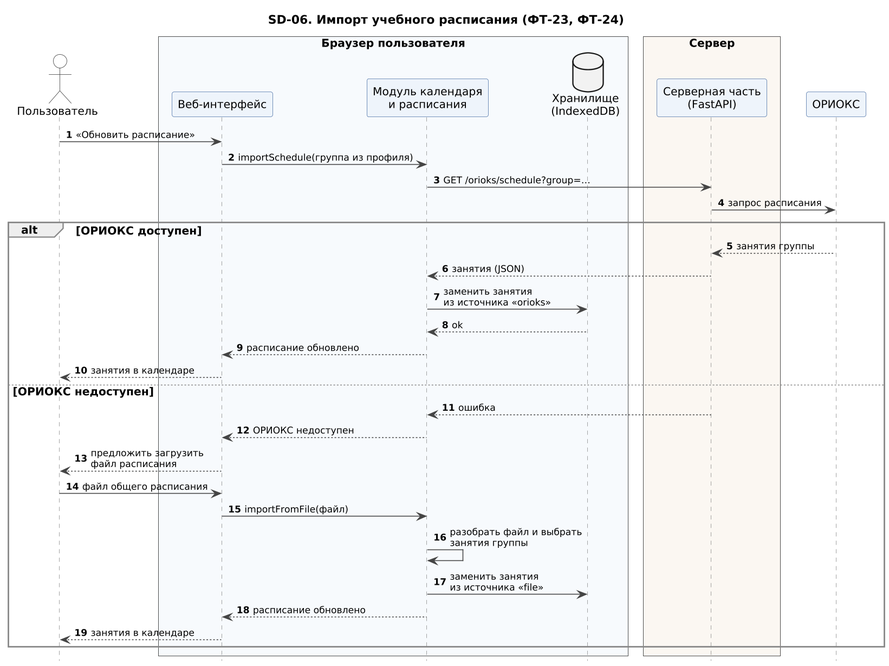
The PlantUML diagram docs/uml/png/SD-06_raspisanie.png in freez044/kpo_project, before a commit.
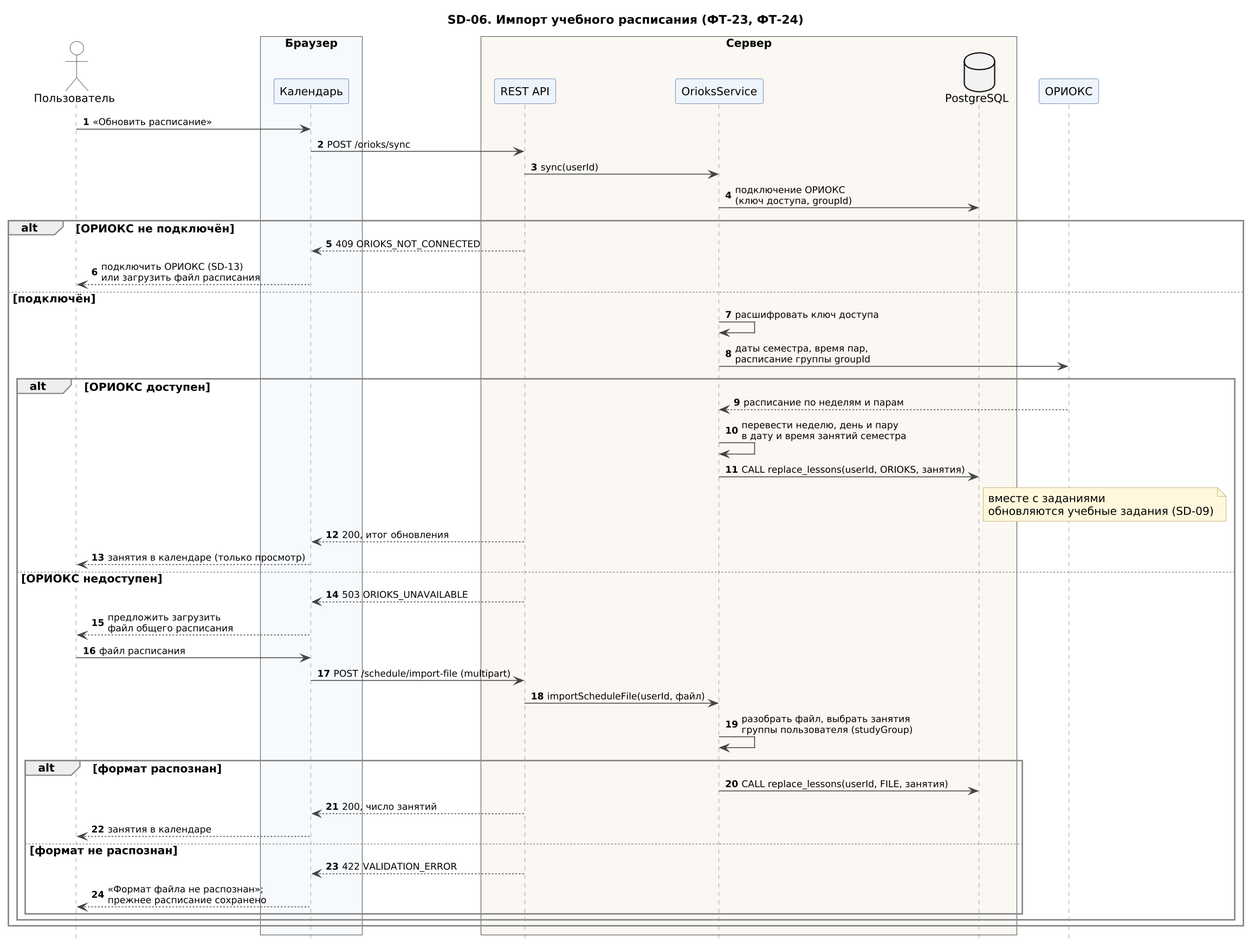
After the change.

What changed in the source:
```diff
@@ -2,36 +2,48 @@
 !include seqhead.iuml
 title SD-06. Импорт учебного расписания (ФТ-23, ФТ-24)
 actor "Пользователь" as U
-box "Браузер пользователя" #F7FAFD
-participant "Веб-интерфейс" as UI
-participant "Модуль календаря\nи расписания" as CM
-database "Хранилище\n(IndexedDB)" as DB
+box "Браузер" #F7FAFD
+participant "Календарь" as UI
 end box
 box "Сервер" #FBF7F2
-participant "Серверная часть\n(FastAPI)" as SRV
+participant "REST API" as API
+participant "OrioksService" as OS
+database "PostgreSQL" as DB
 end box
 participant "ОРИОКС" as OR
 
 U -> UI : «Обновить расписание»
-UI -> CM : importSchedule(группа из профиля)
-CM -> SRV : GET /orioks/schedule?group=…
-SRV -> OR : запрос расписания
-alt ОРИОКС доступен
-  OR --> SRV : занятия группы
-  SRV --> CM : занятия (JSON)
-  CM -> DB : заменить занятия\nиз источника «orioks»
-  DB --> CM : ok
-  CM --> UI : расписание обновлено
-  UI --> U : занятия в календаре
-else ОРИОКС недоступен
-  SRV --> CM : ошибка
-  CM --> UI : ОРИОКС недоступен
-  UI --> U : предложить загрузить\nфайл расписания
-  U -> UI : файл общего расписания
-  UI -> CM : importFromFile(файл)
-  CM -> CM : разобрать файл и выбрать\nзанятия группы
-  CM -> DB : заменить занятия\nиз источника «file»
-  CM --> UI : расписание обновлено
-  UI --> U : занятия в календаре
+UI -> API : POST /orioks/sync
+API -> OS : sync(userId)
+OS -> DB : подключение ОРИОКС\n(ключ доступа, groupId)
+alt ОРИОКС не подключён
+  API --> UI : 409 ORIOKS_NOT_CONNECTED
+  UI --> U : подключить ОРИОКС (SD-13)\nили загрузить файл расписания
+else подключён
+  OS -> OS : расшифровать ключ доступа
+  OS -> OR : даты семестра, время пар,\nрасписание группы groupId
+  alt ОРИОКС доступен
+    OR --> OS : расписание по неделям и парам
+    OS -> OS : перевести неделю, день и пару\nв дату и время занятий семестра
+    OS -> DB : CALL replace_lessons(userId, ORIOKS, занятия)
+    note right of DB : вместе с заданиями\nобновляются учебные задания (SD-09)
+    API --> UI : 200, итог обновления
+    UI --> U : занятия в календаре (только просмотр)
+  else ОРИОКС недоступен
+    API --> UI : 503 ORIOKS_UNAVAILABLE
+    UI --> U : предложить загрузить\nфайл общего расписания
+    U -> UI : файл расписания
+    UI -> API : POST /schedule/import-file (multipart)
+    API -> OS : importScheduleFile(userId, файл)
+    OS -> OS : разобрать файл, выбрать занятия\nгруппы пользователя (studyGroup)
+    alt формат распознан
+      OS -> DB : CALL replace_lessons(userId, FILE, занятия)
+      API --> UI : 200, число занятий
+      UI --> U : занятия в календаре
+    else формат не распознан
+      API --> UI : 422 VALIDATION_ERROR
+      UI --> U : «Формат файла не распознан»;\nпрежнее расписание сохранено
+    end
+  end
 end
 @enduml
```
